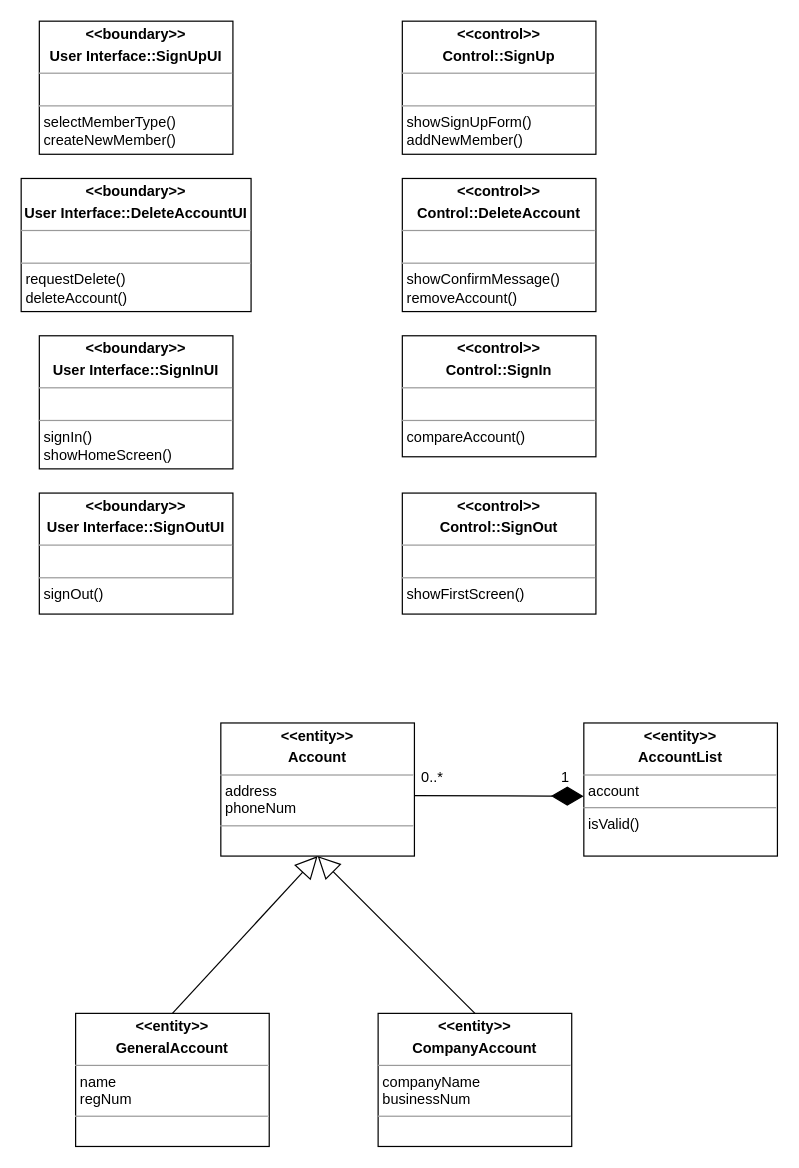
Above: page "Use case class diagram" (3 of 3) of user-auth/user-auth-diagram.drawio in KimTaemin-Git/SE2 (draw.io), before the change. Source tidied: cells renumbered, new cells numbered last; positions are measured from the earlier drawing's top-left corner, leaving out a move shared by most shapes. Both pictures are drawn from the tidied source at 121%, with x=0, y=0 at pixel (21, 21).
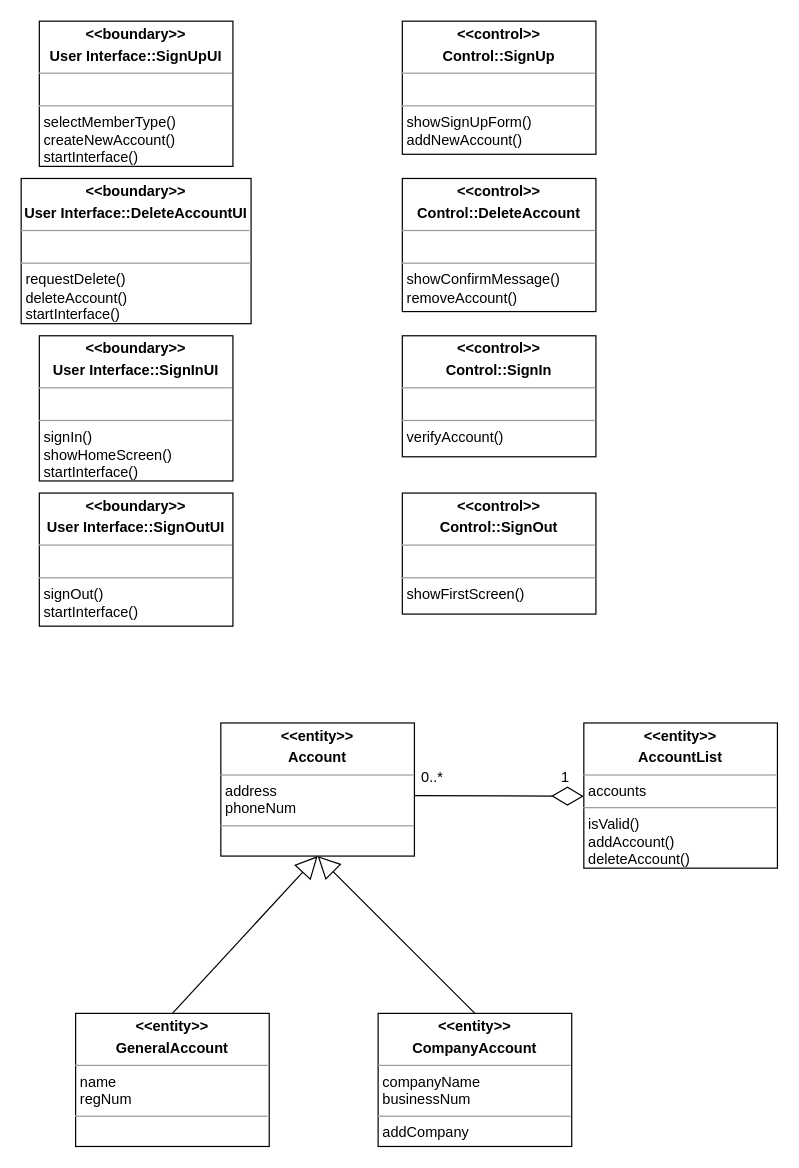
The same diagram, later.

Diff of the diagram source:
```diff
@@
 <mxGraphModel>
   <root>
     <mxCell id="0" />
     <mxCell id="1" parent="0" />
-    <mxCell id="2" value="&lt;p style=&quot;margin:0px;margin-top:4px;text-align:center;&quot;&gt;&lt;b&gt;&amp;lt;&amp;lt;boundary&amp;gt;&amp;gt;&lt;/b&gt;&lt;/p&gt;&lt;p style=&quot;margin:0px;margin-top:4px;text-align:center;&quot;&gt;&lt;b&gt;User Interface::SignUpUI&lt;/b&gt;&lt;/p&gt;&lt;hr size=&quot;1&quot;&gt;&lt;p style=&quot;margin:0px;margin-left:4px;&quot;&gt;&lt;br&gt;&lt;/p&gt;&lt;hr size=&quot;1&quot;&gt;&lt;p style=&quot;margin:0px;margin-left:4px;&quot;&gt;selectMemberType()&lt;/p&gt;&lt;p style=&quot;margin:0px;margin-left:4px;&quot;&gt;createNewMember()&lt;/p&gt;" style="verticalAlign=top;align=left;overflow=fill;fontSize=12;fontFamily=Helvetica;html=1;whiteSpace=wrap;" parent="1" vertex="1">
-      <mxGeometry x="15" width="160" height="110" as="geometry" />
+    <mxCell id="2" value="&lt;p style=&quot;margin:0px;margin-top:4px;text-align:center;&quot;&gt;&lt;b&gt;&amp;lt;&amp;lt;boundary&amp;gt;&amp;gt;&lt;/b&gt;&lt;/p&gt;&lt;p style=&quot;margin:0px;margin-top:4px;text-align:center;&quot;&gt;&lt;b&gt;User Interface::SignUpUI&lt;/b&gt;&lt;/p&gt;&lt;hr size=&quot;1&quot;&gt;&lt;p style=&quot;margin:0px;margin-left:4px;&quot;&gt;&lt;br&gt;&lt;/p&gt;&lt;hr size=&quot;1&quot;&gt;&lt;p style=&quot;margin:0px;margin-left:4px;&quot;&gt;selectMemberType()&lt;/p&gt;&lt;p style=&quot;margin:0px;margin-left:4px;&quot;&gt;createNewAccount()&lt;/p&gt;&lt;p style=&quot;margin:0px;margin-left:4px;&quot;&gt;startInterface()&lt;/p&gt;" style="verticalAlign=top;align=left;overflow=fill;fontSize=12;fontFamily=Helvetica;html=1;whiteSpace=wrap;" parent="1" vertex="1">
+      <mxGeometry x="15" width="160" height="120" as="geometry" />
     </mxCell>
-    <mxCell id="3" value="&lt;p style=&quot;margin:0px;margin-top:4px;text-align:center;&quot;&gt;&lt;b&gt;&amp;lt;&amp;lt;control&amp;gt;&amp;gt;&lt;/b&gt;&lt;/p&gt;&lt;p style=&quot;margin:0px;margin-top:4px;text-align:center;&quot;&gt;&lt;b&gt;Control::SignUp&lt;/b&gt;&lt;/p&gt;&lt;hr size=&quot;1&quot;&gt;&lt;p style=&quot;margin:0px;margin-left:4px;&quot;&gt;&lt;br&gt;&lt;/p&gt;&lt;hr size=&quot;1&quot;&gt;&lt;p style=&quot;margin:0px;margin-left:4px;&quot;&gt;showSignUpForm()&lt;/p&gt;&lt;p style=&quot;margin:0px;margin-left:4px;&quot;&gt;addNewMember()&lt;/p&gt;" style="verticalAlign=top;align=left;overflow=fill;fontSize=12;fontFamily=Helvetica;html=1;whiteSpace=wrap;" parent="1" vertex="1">
+    <mxCell id="3" value="&lt;p style=&quot;margin:0px;margin-top:4px;text-align:center;&quot;&gt;&lt;b&gt;&amp;lt;&amp;lt;control&amp;gt;&amp;gt;&lt;/b&gt;&lt;/p&gt;&lt;p style=&quot;margin:0px;margin-top:4px;text-align:center;&quot;&gt;&lt;b&gt;Control::SignUp&lt;/b&gt;&lt;/p&gt;&lt;hr size=&quot;1&quot;&gt;&lt;p style=&quot;margin:0px;margin-left:4px;&quot;&gt;&lt;br&gt;&lt;/p&gt;&lt;hr size=&quot;1&quot;&gt;&lt;p style=&quot;margin:0px;margin-left:4px;&quot;&gt;showSignUpForm()&lt;/p&gt;&lt;p style=&quot;margin:0px;margin-left:4px;&quot;&gt;addNewAccount()&lt;/p&gt;" style="verticalAlign=top;align=left;overflow=fill;fontSize=12;fontFamily=Helvetica;html=1;whiteSpace=wrap;" parent="1" vertex="1">
       <mxGeometry x="315" width="160" height="110" as="geometry" />
     </mxCell>
     <mxCell id="4" value="&lt;p style=&quot;margin:0px;margin-top:4px;text-align:center;&quot;&gt;&lt;b&gt;&amp;lt;&amp;lt;entity&amp;gt;&amp;gt;&lt;/b&gt;&lt;/p&gt;&lt;p style=&quot;margin:0px;margin-top:4px;text-align:center;&quot;&gt;&lt;b&gt;Account&lt;/b&gt;&lt;/p&gt;&lt;hr size=&quot;1&quot;&gt;&lt;p style=&quot;margin:0px;margin-left:4px;&quot;&gt;address&lt;/p&gt;&lt;p style=&quot;margin:0px;margin-left:4px;&quot;&gt;phoneNum&lt;/p&gt;&lt;hr size=&quot;1&quot;&gt;&lt;p style=&quot;margin:0px;margin-left:4px;&quot;&gt;&lt;br&gt;&lt;/p&gt;" style="verticalAlign=top;align=left;overflow=fill;fontSize=12;fontFamily=Helvetica;html=1;whiteSpace=wrap;" parent="1" vertex="1">
       <mxGeometry x="165" y="580" width="160" height="110" as="geometry" />
     </mxCell>
     <mxCell id="5" value="&lt;p style=&quot;margin:0px;margin-top:4px;text-align:center;&quot;&gt;&lt;b&gt;&amp;lt;&amp;lt;entity&amp;gt;&amp;gt;&lt;/b&gt;&lt;/p&gt;&lt;p style=&quot;margin:0px;margin-top:4px;text-align:center;&quot;&gt;&lt;b&gt;GeneralAccount&lt;/b&gt;&lt;/p&gt;&lt;hr size=&quot;1&quot;&gt;&lt;p style=&quot;margin:0px;margin-left:4px;&quot;&gt;name&lt;/p&gt;&lt;p style=&quot;margin:0px;margin-left:4px;&quot;&gt;regNum&lt;/p&gt;&lt;hr size=&quot;1&quot;&gt;&lt;p style=&quot;margin:0px;margin-left:4px;&quot;&gt;&lt;br&gt;&lt;/p&gt;" style="verticalAlign=top;align=left;overflow=fill;fontSize=12;fontFamily=Helvetica;html=1;whiteSpace=wrap;" parent="1" vertex="1">
       <mxGeometry x="45" y="820" width="160" height="110" as="geometry" />
     </mxCell>
-    <mxCell id="6" value="&lt;p style=&quot;margin:0px;margin-top:4px;text-align:center;&quot;&gt;&lt;b&gt;&amp;lt;&amp;lt;entity&amp;gt;&amp;gt;&lt;/b&gt;&lt;/p&gt;&lt;p style=&quot;margin:0px;margin-top:4px;text-align:center;&quot;&gt;&lt;b&gt;CompanyAccount&lt;/b&gt;&lt;/p&gt;&lt;hr size=&quot;1&quot;&gt;&lt;p style=&quot;margin:0px;margin-left:4px;&quot;&gt;companyName&lt;/p&gt;&lt;p style=&quot;margin:0px;margin-left:4px;&quot;&gt;businessNum&lt;/p&gt;&lt;hr size=&quot;1&quot;&gt;&lt;p style=&quot;margin:0px;margin-left:4px;&quot;&gt;&lt;br&gt;&lt;/p&gt;" style="verticalAlign=top;align=left;overflow=fill;fontSize=12;fontFamily=Helvetica;html=1;whiteSpace=wrap;" parent="1" vertex="1">
+    <mxCell id="6" value="&lt;p style=&quot;margin:0px;margin-top:4px;text-align:center;&quot;&gt;&lt;b&gt;&amp;lt;&amp;lt;entity&amp;gt;&amp;gt;&lt;/b&gt;&lt;/p&gt;&lt;p style=&quot;margin:0px;margin-top:4px;text-align:center;&quot;&gt;&lt;b&gt;CompanyAccount&lt;/b&gt;&lt;/p&gt;&lt;hr size=&quot;1&quot;&gt;&lt;p style=&quot;margin:0px;margin-left:4px;&quot;&gt;companyName&lt;/p&gt;&lt;p style=&quot;margin:0px;margin-left:4px;&quot;&gt;businessNum&lt;/p&gt;&lt;hr size=&quot;1&quot;&gt;&lt;p style=&quot;margin:0px;margin-left:4px;&quot;&gt;addCompany&lt;/p&gt;" style="verticalAlign=top;align=left;overflow=fill;fontSize=12;fontFamily=Helvetica;html=1;whiteSpace=wrap;" parent="1" vertex="1">
       <mxGeometry x="295" y="820" width="160" height="110" as="geometry" />
     </mxCell>
-    <mxCell id="7" value="&lt;p style=&quot;margin:0px;margin-top:4px;text-align:center;&quot;&gt;&lt;b&gt;&amp;lt;&amp;lt;boundary&amp;gt;&amp;gt;&lt;/b&gt;&lt;/p&gt;&lt;p style=&quot;margin:0px;margin-top:4px;text-align:center;&quot;&gt;&lt;b&gt;User Interface::DeleteAccountUI&lt;/b&gt;&lt;/p&gt;&lt;hr size=&quot;1&quot;&gt;&lt;p style=&quot;margin:0px;margin-left:4px;&quot;&gt;&lt;br&gt;&lt;/p&gt;&lt;hr size=&quot;1&quot;&gt;&lt;p style=&quot;margin:0px;margin-left:4px;&quot;&gt;requestDelete()&lt;/p&gt;&lt;p style=&quot;margin:0px;margin-left:4px;&quot;&gt;deleteAccount()&lt;/p&gt;" style="verticalAlign=top;align=left;overflow=fill;fontSize=12;fontFamily=Helvetica;html=1;whiteSpace=wrap;" parent="1" vertex="1">
-      <mxGeometry y="130" width="190" height="110" as="geometry" />
+    <mxCell id="7" value="&lt;p style=&quot;margin:0px;margin-top:4px;text-align:center;&quot;&gt;&lt;b&gt;&amp;lt;&amp;lt;boundary&amp;gt;&amp;gt;&lt;/b&gt;&lt;/p&gt;&lt;p style=&quot;margin:0px;margin-top:4px;text-align:center;&quot;&gt;&lt;b&gt;User Interface::DeleteAccountUI&lt;/b&gt;&lt;/p&gt;&lt;hr size=&quot;1&quot;&gt;&lt;p style=&quot;margin:0px;margin-left:4px;&quot;&gt;&lt;br&gt;&lt;/p&gt;&lt;hr size=&quot;1&quot;&gt;&lt;p style=&quot;margin:0px;margin-left:4px;&quot;&gt;requestDelete()&lt;/p&gt;&lt;p style=&quot;margin:0px;margin-left:4px;&quot;&gt;deleteAccount()&lt;/p&gt;&lt;p style=&quot;margin:0px;margin-left:4px;&quot;&gt;startInterface()&lt;br&gt;&lt;/p&gt;" style="verticalAlign=top;align=left;overflow=fill;fontSize=12;fontFamily=Helvetica;html=1;whiteSpace=wrap;" parent="1" vertex="1">
+      <mxGeometry y="130" width="190" height="120" as="geometry" />
     </mxCell>
     <mxCell id="8" value="&lt;p style=&quot;margin:0px;margin-top:4px;text-align:center;&quot;&gt;&lt;b&gt;&amp;lt;&amp;lt;control&amp;gt;&amp;gt;&lt;/b&gt;&lt;/p&gt;&lt;p style=&quot;margin:0px;margin-top:4px;text-align:center;&quot;&gt;&lt;b&gt;Control::DeleteAccount&lt;/b&gt;&lt;/p&gt;&lt;hr size=&quot;1&quot;&gt;&lt;p style=&quot;margin:0px;margin-left:4px;&quot;&gt;&lt;br&gt;&lt;/p&gt;&lt;hr size=&quot;1&quot;&gt;&lt;p style=&quot;margin:0px;margin-left:4px;&quot;&gt;showConfirmMessage()&lt;/p&gt;&lt;p style=&quot;margin:0px;margin-left:4px;&quot;&gt;removeAccount()&lt;/p&gt;" style="verticalAlign=top;align=left;overflow=fill;fontSize=12;fontFamily=Helvetica;html=1;whiteSpace=wrap;" parent="1" vertex="1">
       <mxGeometry x="315" y="130" width="160" height="110" as="geometry" />
     </mxCell>
-    <mxCell id="9" value="&lt;p style=&quot;margin:0px;margin-top:4px;text-align:center;&quot;&gt;&lt;b&gt;&amp;lt;&amp;lt;boundary&amp;gt;&amp;gt;&lt;/b&gt;&lt;/p&gt;&lt;p style=&quot;margin:0px;margin-top:4px;text-align:center;&quot;&gt;&lt;b&gt;User Interface::SignInUI&lt;/b&gt;&lt;/p&gt;&lt;hr size=&quot;1&quot;&gt;&lt;p style=&quot;margin:0px;margin-left:4px;&quot;&gt;&lt;br&gt;&lt;/p&gt;&lt;hr size=&quot;1&quot;&gt;&lt;p style=&quot;margin:0px;margin-left:4px;&quot;&gt;signIn()&lt;/p&gt;&lt;p style=&quot;margin:0px;margin-left:4px;&quot;&gt;showHomeScreen()&lt;br&gt;&lt;/p&gt;" style="verticalAlign=top;align=left;overflow=fill;fontSize=12;fontFamily=Helvetica;html=1;whiteSpace=wrap;" parent="1" vertex="1">
-      <mxGeometry x="15" y="260" width="160" height="110" as="geometry" />
+    <mxCell id="9" value="&lt;p style=&quot;margin:0px;margin-top:4px;text-align:center;&quot;&gt;&lt;b&gt;&amp;lt;&amp;lt;boundary&amp;gt;&amp;gt;&lt;/b&gt;&lt;/p&gt;&lt;p style=&quot;margin:0px;margin-top:4px;text-align:center;&quot;&gt;&lt;b&gt;User Interface::SignInUI&lt;/b&gt;&lt;/p&gt;&lt;hr size=&quot;1&quot;&gt;&lt;p style=&quot;margin:0px;margin-left:4px;&quot;&gt;&lt;br&gt;&lt;/p&gt;&lt;hr size=&quot;1&quot;&gt;&lt;p style=&quot;margin:0px;margin-left:4px;&quot;&gt;signIn()&lt;/p&gt;&lt;p style=&quot;margin:0px;margin-left:4px;&quot;&gt;showHomeScreen()&lt;br&gt;&lt;/p&gt;&lt;p style=&quot;margin:0px;margin-left:4px;&quot;&gt;startInterface()&lt;br&gt;&lt;/p&gt;" style="verticalAlign=top;align=left;overflow=fill;fontSize=12;fontFamily=Helvetica;html=1;whiteSpace=wrap;" parent="1" vertex="1">
+      <mxGeometry x="15" y="260" width="160" height="120" as="geometry" />
     </mxCell>
-    <mxCell id="10" value="&lt;p style=&quot;margin:0px;margin-top:4px;text-align:center;&quot;&gt;&lt;b&gt;&amp;lt;&amp;lt;control&amp;gt;&amp;gt;&lt;/b&gt;&lt;/p&gt;&lt;p style=&quot;margin:0px;margin-top:4px;text-align:center;&quot;&gt;&lt;b&gt;Control::SignIn&lt;/b&gt;&lt;/p&gt;&lt;hr size=&quot;1&quot;&gt;&lt;p style=&quot;margin:0px;margin-left:4px;&quot;&gt;&lt;br&gt;&lt;/p&gt;&lt;hr size=&quot;1&quot;&gt;&lt;p style=&quot;margin:0px;margin-left:4px;&quot;&gt;compareAccount()&lt;/p&gt;" style="verticalAlign=top;align=left;overflow=fill;fontSize=12;fontFamily=Helvetica;html=1;whiteSpace=wrap;" parent="1" vertex="1">
+    <mxCell id="10" value="&lt;p style=&quot;margin:0px;margin-top:4px;text-align:center;&quot;&gt;&lt;b&gt;&amp;lt;&amp;lt;control&amp;gt;&amp;gt;&lt;/b&gt;&lt;/p&gt;&lt;p style=&quot;margin:0px;margin-top:4px;text-align:center;&quot;&gt;&lt;b&gt;Control::SignIn&lt;/b&gt;&lt;/p&gt;&lt;hr size=&quot;1&quot;&gt;&lt;p style=&quot;margin:0px;margin-left:4px;&quot;&gt;&lt;br&gt;&lt;/p&gt;&lt;hr size=&quot;1&quot;&gt;&lt;p style=&quot;margin:0px;margin-left:4px;&quot;&gt;verifyAccount()&lt;/p&gt;" style="verticalAlign=top;align=left;overflow=fill;fontSize=12;fontFamily=Helvetica;html=1;whiteSpace=wrap;" parent="1" vertex="1">
       <mxGeometry x="315" y="260" width="160" height="100" as="geometry" />
     </mxCell>
-    <mxCell id="11" value="&lt;p style=&quot;margin:0px;margin-top:4px;text-align:center;&quot;&gt;&lt;b&gt;&amp;lt;&amp;lt;boundary&amp;gt;&amp;gt;&lt;/b&gt;&lt;/p&gt;&lt;p style=&quot;margin:0px;margin-top:4px;text-align:center;&quot;&gt;&lt;b&gt;User Interface::SignOutUI&lt;/b&gt;&lt;/p&gt;&lt;hr size=&quot;1&quot;&gt;&lt;p style=&quot;margin:0px;margin-left:4px;&quot;&gt;&lt;br&gt;&lt;/p&gt;&lt;hr size=&quot;1&quot;&gt;&lt;p style=&quot;margin:0px;margin-left:4px;&quot;&gt;signOut()&lt;/p&gt;" style="verticalAlign=top;align=left;overflow=fill;fontSize=12;fontFamily=Helvetica;html=1;whiteSpace=wrap;" parent="1" vertex="1">
-      <mxGeometry x="15" y="390" width="160" height="100" as="geometry" />
+    <mxCell id="11" value="&lt;p style=&quot;margin:0px;margin-top:4px;text-align:center;&quot;&gt;&lt;b&gt;&amp;lt;&amp;lt;boundary&amp;gt;&amp;gt;&lt;/b&gt;&lt;/p&gt;&lt;p style=&quot;margin:0px;margin-top:4px;text-align:center;&quot;&gt;&lt;b&gt;User Interface::SignOutUI&lt;/b&gt;&lt;/p&gt;&lt;hr size=&quot;1&quot;&gt;&lt;p style=&quot;margin:0px;margin-left:4px;&quot;&gt;&lt;br&gt;&lt;/p&gt;&lt;hr size=&quot;1&quot;&gt;&lt;p style=&quot;margin:0px;margin-left:4px;&quot;&gt;signOut()&lt;/p&gt;&lt;p style=&quot;margin:0px;margin-left:4px;&quot;&gt;startInterface()&lt;br&gt;&lt;/p&gt;" style="verticalAlign=top;align=left;overflow=fill;fontSize=12;fontFamily=Helvetica;html=1;whiteSpace=wrap;" parent="1" vertex="1">
+      <mxGeometry x="15" y="390" width="160" height="110" as="geometry" />
     </mxCell>
     <mxCell id="12" value="&lt;p style=&quot;margin:0px;margin-top:4px;text-align:center;&quot;&gt;&lt;b&gt;&amp;lt;&amp;lt;control&amp;gt;&amp;gt;&lt;/b&gt;&lt;/p&gt;&lt;p style=&quot;margin:0px;margin-top:4px;text-align:center;&quot;&gt;&lt;b&gt;Control::SignOut&lt;/b&gt;&lt;/p&gt;&lt;hr size=&quot;1&quot;&gt;&lt;p style=&quot;margin:0px;margin-left:4px;&quot;&gt;&lt;br&gt;&lt;/p&gt;&lt;hr size=&quot;1&quot;&gt;&lt;p style=&quot;margin:0px;margin-left:4px;&quot;&gt;showFirstScreen()&lt;/p&gt;" style="verticalAlign=top;align=left;overflow=fill;fontSize=12;fontFamily=Helvetica;html=1;whiteSpace=wrap;" parent="1" vertex="1">
       <mxGeometry x="315" y="390" width="160" height="100" as="geometry" />
     </mxCell>
     <mxCell id="13" style="endArrow=block;endSize=16;endFill=0;html=1;rounded=0;entryX=0.5;entryY=1;entryDx=0;entryDy=0;exitX=0.5;exitY=0;exitDx=0;exitDy=0;" parent="1" edge="1" source="5" target="4">
       <mxGeometry relative="1" as="geometry" />
     </mxCell>
     <mxCell id="14" style="endArrow=block;endSize=16;endFill=0;html=1;rounded=0;entryX=0.5;entryY=1;entryDx=0;entryDy=0;exitX=0.5;exitY=0;exitDx=0;exitDy=0;" parent="1" edge="1" source="6" target="4">
       <mxGeometry relative="1" as="geometry" />
     </mxCell>
-    <mxCell id="15" value="&lt;p style=&quot;margin:0px;margin-top:4px;text-align:center;&quot;&gt;&lt;b&gt;&amp;lt;&amp;lt;entity&amp;gt;&amp;gt;&lt;/b&gt;&lt;/p&gt;&lt;p style=&quot;margin:0px;margin-top:4px;text-align:center;&quot;&gt;&lt;b&gt;AccountList&lt;/b&gt;&lt;/p&gt;&lt;hr size=&quot;1&quot;&gt;&lt;p style=&quot;margin:0px;margin-left:4px;&quot;&gt;account&lt;/p&gt;&lt;hr size=&quot;1&quot;&gt;&lt;p style=&quot;margin:0px;margin-left:4px;&quot;&gt;isValid()&lt;/p&gt;" style="verticalAlign=top;align=left;overflow=fill;fontSize=12;fontFamily=Helvetica;html=1;whiteSpace=wrap;" parent="1" vertex="1">
-      <mxGeometry x="465" y="580" width="160" height="110" as="geometry" />
+    <mxCell id="15" value="&lt;p style=&quot;margin:0px;margin-top:4px;text-align:center;&quot;&gt;&lt;b&gt;&amp;lt;&amp;lt;entity&amp;gt;&amp;gt;&lt;/b&gt;&lt;/p&gt;&lt;p style=&quot;margin:0px;margin-top:4px;text-align:center;&quot;&gt;&lt;b&gt;AccountList&lt;/b&gt;&lt;/p&gt;&lt;hr size=&quot;1&quot;&gt;&lt;p style=&quot;margin:0px;margin-left:4px;&quot;&gt;accounts&lt;/p&gt;&lt;hr size=&quot;1&quot;&gt;&lt;p style=&quot;margin:0px;margin-left:4px;&quot;&gt;isValid()&lt;/p&gt;&lt;p style=&quot;margin:0px;margin-left:4px;&quot;&gt;addAccount()&lt;/p&gt;&lt;p style=&quot;margin:0px;margin-left:4px;&quot;&gt;deleteAccount()&lt;/p&gt;&lt;p style=&quot;margin:0px;margin-left:4px;&quot;&gt;&lt;br&gt;&lt;/p&gt;" style="verticalAlign=top;align=left;overflow=fill;fontSize=12;fontFamily=Helvetica;html=1;whiteSpace=wrap;" parent="1" vertex="1">
+      <mxGeometry x="465" y="580" width="160" height="120" as="geometry" />
     </mxCell>
-    <mxCell id="16" style="endArrow=diamondThin;endFill=1;endSize=24;html=1;rounded=0;entryX=-0.001;entryY=0.55;entryDx=0;entryDy=0;entryPerimeter=0;" parent="1" edge="1" target="15">
-      <mxGeometry relative="1" as="geometry">
-        <mxPoint x="325" y="640" as="sourcePoint" />
-      </mxGeometry>
-    </mxCell>
     <mxCell id="17" value="0..*" style="text;html=1;strokeColor=none;fillColor=none;align=center;verticalAlign=middle;whiteSpace=wrap;rounded=0;" parent="1" vertex="1">
       <mxGeometry x="315" y="610" width="50" height="30" as="geometry" />
     </mxCell>
     <mxCell id="18" value="1" style="text;html=1;strokeColor=none;fillColor=none;align=center;verticalAlign=middle;whiteSpace=wrap;rounded=0;" parent="1" vertex="1">
       <mxGeometry x="425" y="610" width="50" height="30" as="geometry" />
     </mxCell>
+    <mxCell id="19" style="endArrow=diamondThin;endFill=0;endSize=24;html=1;rounded=0;entryX=0.799;entryY=1.016;entryDx=0;entryDy=0;entryPerimeter=0;" parent="1" edge="1" target="18">
+      <mxGeometry relative="1" as="geometry">
+        <mxPoint x="325" y="640" as="sourcePoint" />
+      </mxGeometry>
+    </mxCell>
   </root>
 </mxGraphModel>
```
